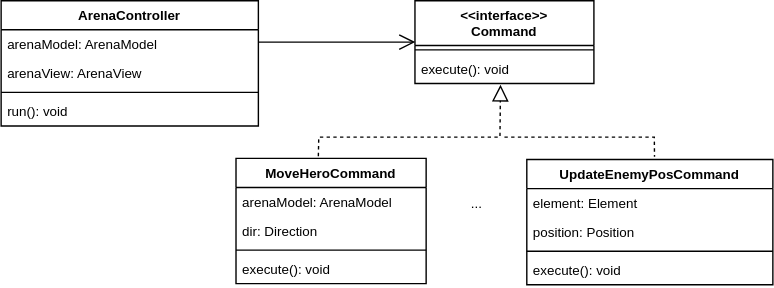
Above: docs/images/command-diagram.svg in dmfrodrigues/feup-lpoo-proj (draw.io), before the change. Source tidied: cells renumbered, new cells last; positions are measured from the earlier drawing's top-left corner, leaving out a move shared by most shapes.
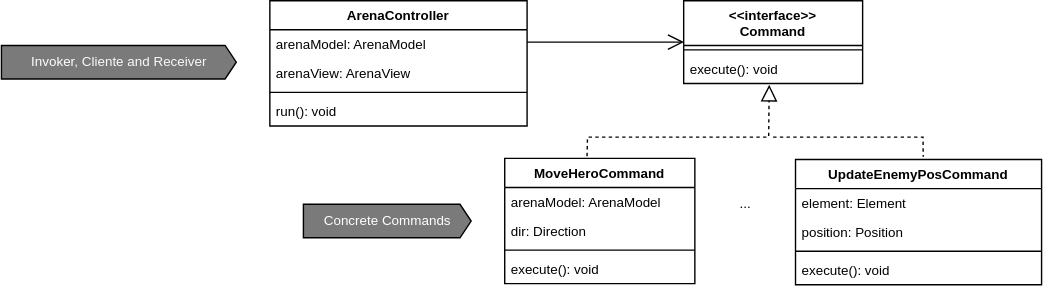
Above is the later version.

Diff of the diagram source:
```diff
@@ -80,5 +80,11 @@
     <mxCell id="23" value="run(): void" style="text;strokeColor=none;fillColor=none;align=left;verticalAlign=top;spacingLeft=4;spacingRight=4;overflow=hidden;" parent="19" vertex="1">
       <mxGeometry y="86" width="230" height="26" as="geometry" />
     </mxCell>
+    <mxCell id="24" value="&lt;font color=&quot;#FFFFFF&quot;&gt;Invoker&lt;/font&gt;&lt;font color=&quot;#FAFAFA&quot;&gt;, Cliente and Receiver&lt;/font&gt;" style="html=1;shadow=0;dashed=0;align=center;verticalAlign=middle;shape=mxgraph.arrows2.arrow;dy=0;dx=10;notch=0;fillColor=#7A7A7A;" parent="1" vertex="1">
+      <mxGeometry x="-240" y="40" width="210" height="30" as="geometry" />
+    </mxCell>
+    <mxCell id="25" value="&lt;font color=&quot;#FFFFFF&quot;&gt;Concrete Commands&lt;/font&gt;" style="html=1;shadow=0;dashed=0;align=center;verticalAlign=middle;shape=mxgraph.arrows2.arrow;dy=0;dx=10;notch=0;fillColor=#7A7A7A;" parent="1" vertex="1">
+      <mxGeometry x="30" y="182" width="150" height="30" as="geometry" />
+    </mxCell>
   </root>
 </mxGraphModel>
```
